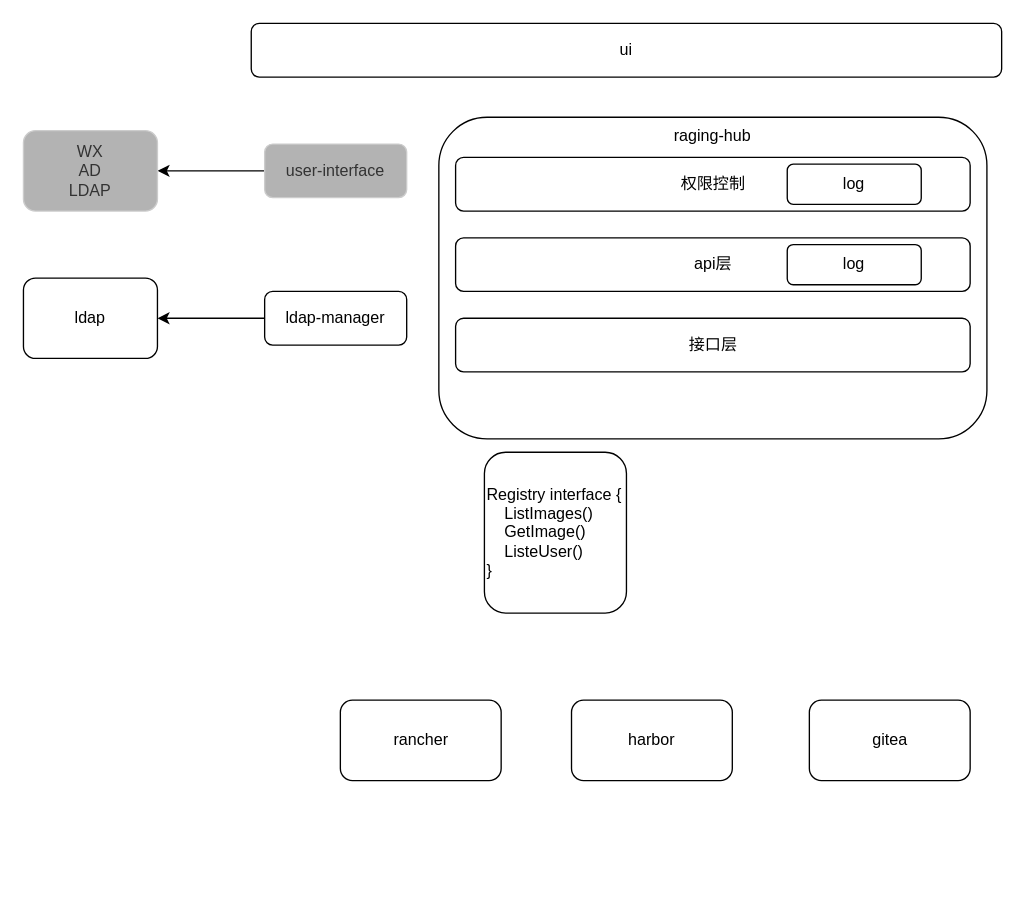
The draw.io diagram v2/总体设计图.drawio in guowenshuai/draw.io, before the edit. Source tidied: cells renumbered, new cells numbered last; positions are measured from the earlier drawing's top-left corner, leaving out a move shared by most shapes. Both pictures are drawn from the tidied source at 134%, with x=0, y=0 at pixel (23, 23).
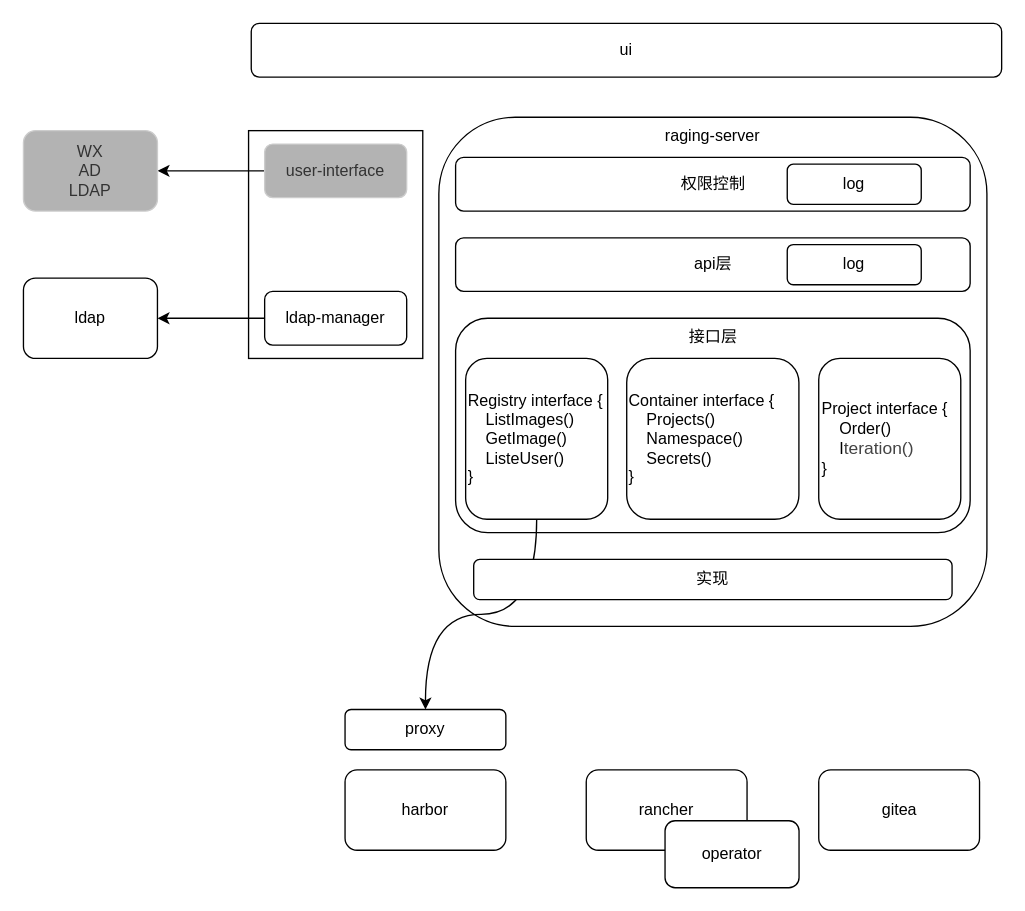
The same page after the edit.

Commit message:
Update 总体设计图.drawio

Diff of the diagram source:
```diff
@@
+    <mxCell id="19" style="rounded=0;whiteSpace=wrap;html=1;" parent="1" vertex="1">
+      <mxGeometry x="168" y="80" width="130" height="170" as="geometry" />
+    </mxCell>
@@
-    <mxCell id="3" value="raging-hub" style="rounded=1;whiteSpace=wrap;html=1;verticalAlign=top;" parent="1" vertex="1">
-      <mxGeometry x="310" y="70" width="409" height="240" as="geometry" />
+    <mxCell id="3" value="raging-server" style="rounded=1;whiteSpace=wrap;html=1;verticalAlign=top;" parent="1" vertex="1">
+      <mxGeometry x="310" y="70" width="409" height="380" as="geometry" />
     </mxCell>
@@
-    <mxCell id="14" value="接口层" style="rounded=1;whiteSpace=wrap;html=1;" parent="1" vertex="1">
-      <mxGeometry x="322.5" y="220" width="384" height="40" as="geometry" />
+    <mxCell id="14" value="接口层" style="rounded=1;whiteSpace=wrap;html=1;verticalAlign=top;" parent="1" vertex="1">
+      <mxGeometry x="322.5" y="220" width="384" height="160" as="geometry" />
     </mxCell>
     <mxCell id="15" value="rancher" style="rounded=1;whiteSpace=wrap;html=1;" parent="1" vertex="1">
-      <mxGeometry x="236.5" y="505" width="120" height="60" as="geometry" />
+      <mxGeometry x="420" y="557" width="120" height="60" as="geometry" />
     </mxCell>
     <mxCell id="16" value="harbor" style="rounded=1;whiteSpace=wrap;html=1;" parent="1" vertex="1">
-      <mxGeometry x="409" y="505" width="120" height="60" as="geometry" />
+      <mxGeometry x="240" y="557" width="120" height="60" as="geometry" />
     </mxCell>
     <mxCell id="17" value="gitea" style="rounded=1;whiteSpace=wrap;html=1;" parent="1" vertex="1">
-      <mxGeometry x="586.5" y="505" width="120" height="60" as="geometry" />
+      <mxGeometry x="593.5" y="557" width="120" height="60" as="geometry" />
     </mxCell>
+    <mxCell id="20" style="edgeStyle=orthogonalEdgeStyle;rounded=0;jettySize=auto;html=1;exitX=0.5;exitY=1;exitDx=0;exitDy=0;curved=1;" parent="1" edge="1" source="18" target="23">
+      <mxGeometry relative="1" as="geometry" />
+    </mxCell>
     <mxCell id="18" value="Registry interface {&lt;br&gt;&amp;nbsp; &amp;nbsp; ListImages()&lt;br&gt;&amp;nbsp; &amp;nbsp; GetImage()&lt;br&gt;&amp;nbsp; &amp;nbsp; ListeUser()&amp;nbsp;&lt;br&gt;}" style="rounded=1;whiteSpace=wrap;html=1;strokeColor=#000000;fillColor=none;align=left;" parent="1" vertex="1">
-      <mxGeometry x="344" y="320" width="106" height="120" as="geometry" />
+      <mxGeometry x="330" y="250" width="106" height="120" as="geometry" />
     </mxCell>
+    <mxCell id="21" value="Container interface {&lt;br&gt;&amp;nbsp; &amp;nbsp; Projects()&lt;br&gt;&amp;nbsp; &amp;nbsp; Namespace()&lt;br&gt;&amp;nbsp; &amp;nbsp; Secrets()&amp;nbsp;&lt;br&gt;}" style="rounded=1;whiteSpace=wrap;html=1;strokeColor=#000000;fillColor=none;align=left;" parent="1" vertex="1">
+      <mxGeometry x="450.2" y="250" width="128.5" height="120" as="geometry" />
+    </mxCell>
+    <mxCell id="22" value="Project interface {&lt;br&gt;&amp;nbsp; &amp;nbsp; Order()&lt;br&gt;&amp;nbsp; &amp;nbsp; I&lt;span style=&quot;color: rgb(68 , 68 , 68) ; font-family: &amp;#34;arial&amp;#34; , &amp;#34;helvetica&amp;#34; , sans-serif ; font-size: 13px ; background-color: rgb(255 , 255 , 255)&quot;&gt;teration()&lt;/span&gt;&lt;br&gt;}" style="rounded=1;whiteSpace=wrap;html=1;strokeColor=#000000;fillColor=none;align=left;" parent="1" vertex="1">
+      <mxGeometry x="593.5" y="250" width="106" height="120" as="geometry" />
+    </mxCell>
+    <mxCell id="23" value="proxy" style="rounded=1;whiteSpace=wrap;html=1;" parent="1" vertex="1">
+      <mxGeometry x="240" y="512" width="120" height="30" as="geometry" />
+    </mxCell>
+    <mxCell id="24" value="实现" style="rounded=1;whiteSpace=wrap;html=1;" parent="1" vertex="1">
+      <mxGeometry x="336" y="400" width="357" height="30" as="geometry" />
+    </mxCell>
+    <mxCell id="25" value="operator" style="rounded=1;whiteSpace=wrap;html=1;" parent="1" vertex="1">
+      <mxGeometry x="478.8" y="595" width="100" height="50" as="geometry" />
+    </mxCell>
```
